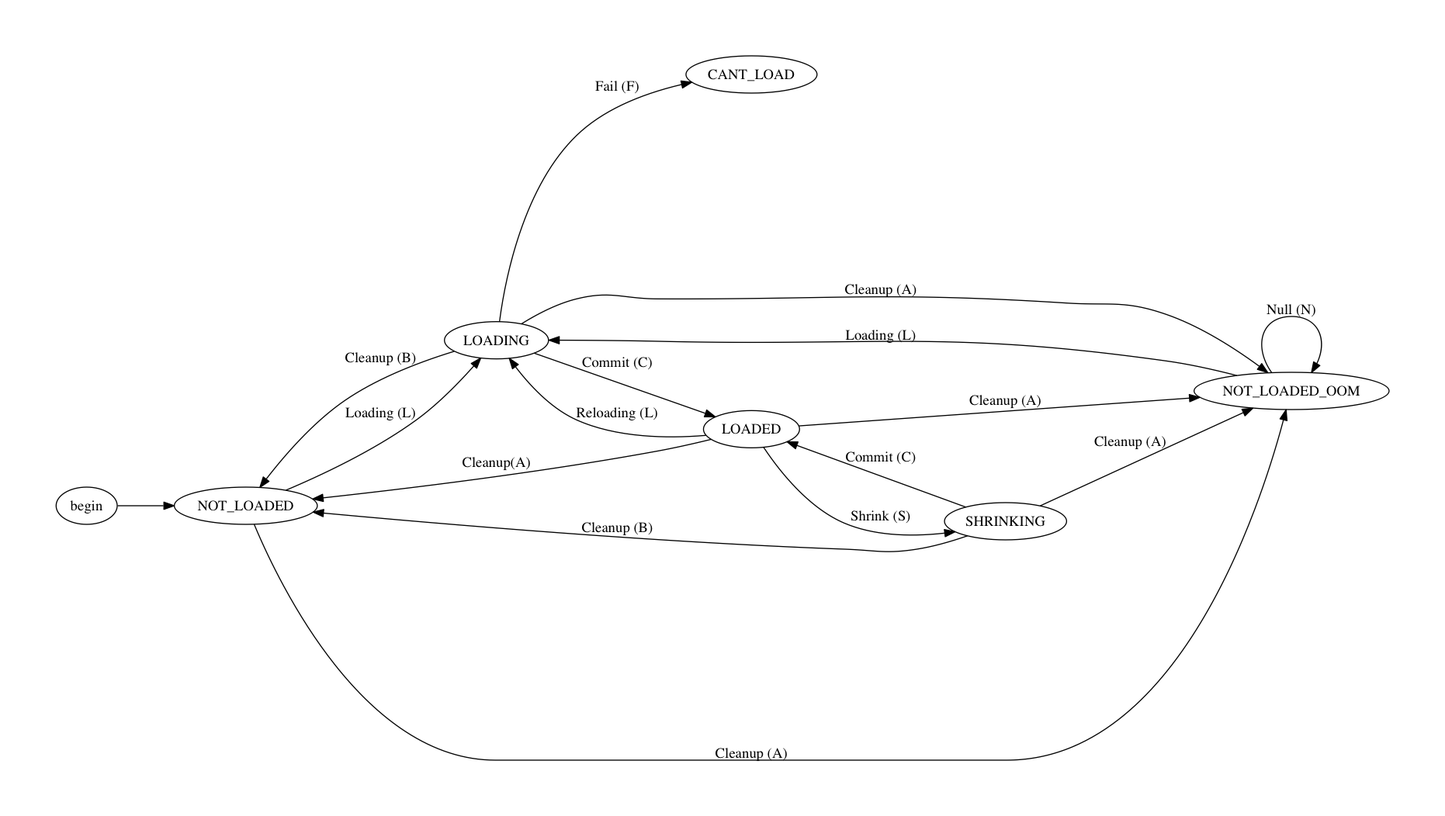
This is doc/fsm.png from elvis-epx/SimplestGPS, a Graphviz export, as it was before one commit. Its source is kept beside it as doc/fsm.dot.
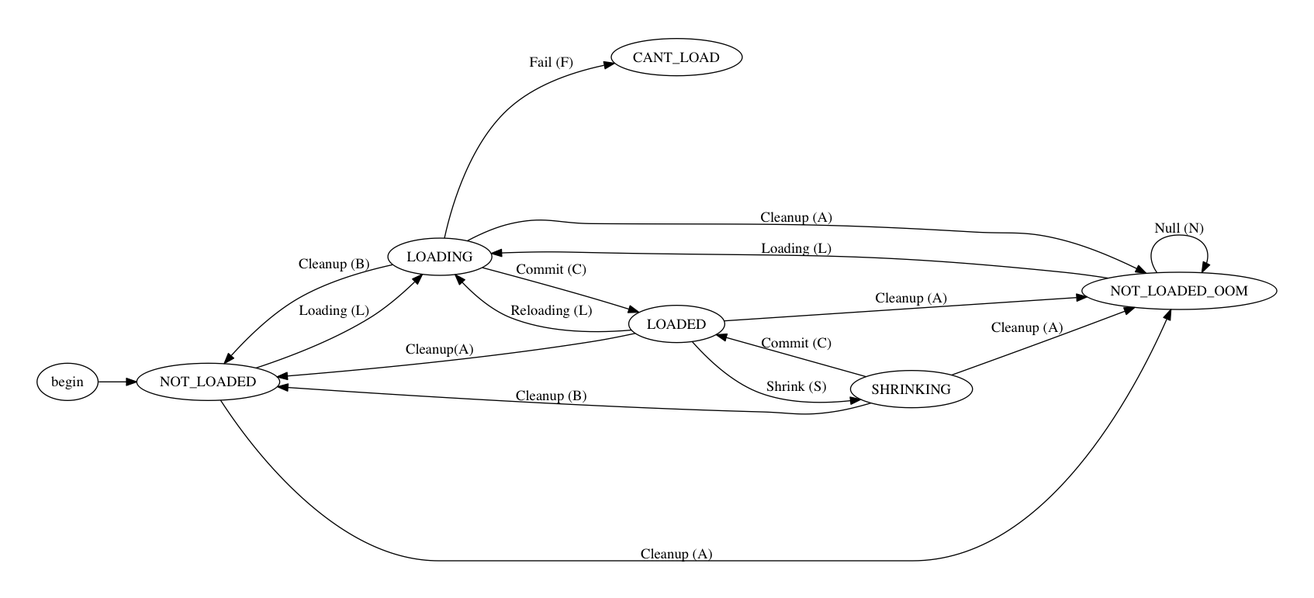
Above is the later version.

Diff of the diagram source:
```diff
@@ -1,5 +1,5 @@
 digraph {
-        graph [rankdir=LR, pad=".75", ranksep="0.75", nodesep="0.75"];
+        graph [rankdir=LR, pad="0.5", ranksep="0.5", nodesep="0.5", ratio="0.3"];
 
 	begin
 	NOT_LOADED
```
